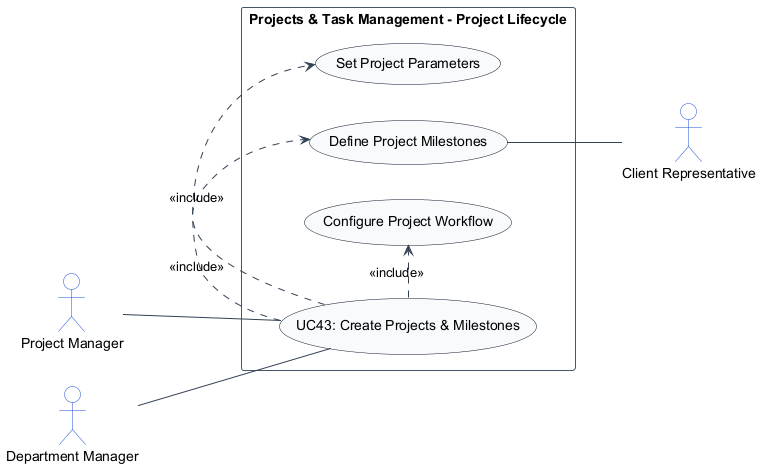
TamBui1706/HRPlatform keeps this PlantUML diagram as usecase_images/UC43.png. Above is the earlier version. Source of this version:
```plantuml
@startuml
left to right direction
skinparam shadowing false
skinparam packageStyle rectangle
skinparam actorStyle stickman

skinparam ArrowColor #334155
skinparam ActorBorderColor #1d4ed8
skinparam ActorBackgroundColor #ffffff
skinparam UsecaseBorderColor #0f172a
skinparam UsecaseBackgroundColor #f8fafc
skinparam RectangleBorderColor #475569
skinparam RectangleBackgroundColor #ffffff

actor "Project Manager" as ProjectManager
actor "Department Manager" as DepartmentManager
actor "Client Representative" as ClientRepresentative

rectangle "Projects & Task Management - Project Lifecycle" {
    usecase "UC43: Create Projects & Milestones" as UC_Main
    usecase "Set Project Parameters" as UC_SetParam
    usecase "Define Project Milestones" as UC_DefMiles
    usecase "Configure Project Workflow" as UC_ConfWork

    ProjectManager -- UC_Main
    DepartmentManager -- UC_Main
    UC_Main .> UC_SetParam : <<include>>
    UC_Main .> UC_DefMiles : <<include>>
    UC_Main .> UC_ConfWork : <<include>>
    UC_DefMiles -- ClientRepresentative
}
@enduml
```
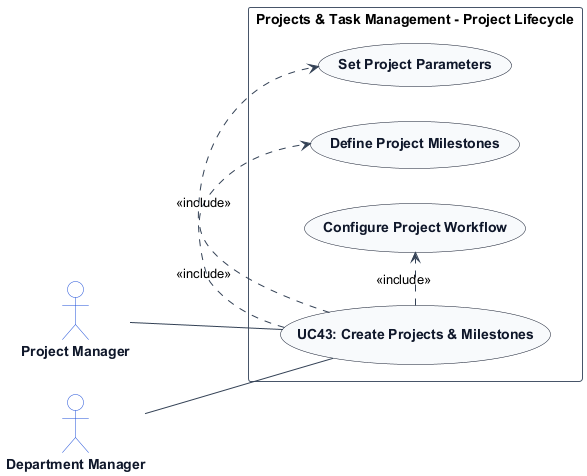
Later version of the same file.

The edit, as a diff of the source:
```diff
@@ -7,14 +7,19 @@
 skinparam ArrowColor #334155
 skinparam ActorBorderColor #1d4ed8
 skinparam ActorBackgroundColor #ffffff
+skinparam ActorFontColor #0f172a
+skinparam ActorFontStyle bold
+
 skinparam UsecaseBorderColor #0f172a
 skinparam UsecaseBackgroundColor #f8fafc
+skinparam UsecaseFontColor #0f172a
+skinparam UsecaseFontStyle bold
+
 skinparam RectangleBorderColor #475569
 skinparam RectangleBackgroundColor #ffffff
 
 actor "Project Manager" as ProjectManager
 actor "Department Manager" as DepartmentManager
-actor "Client Representative" as ClientRepresentative
 
 rectangle "Projects & Task Management - Project Lifecycle" {
     usecase "UC43: Create Projects & Milestones" as UC_Main
@@ -27,6 +32,5 @@
     UC_Main .> UC_SetParam : <<include>>
     UC_Main .> UC_DefMiles : <<include>>
     UC_Main .> UC_ConfWork : <<include>>
-    UC_DefMiles -- ClientRepresentative
 }
 @enduml
```
